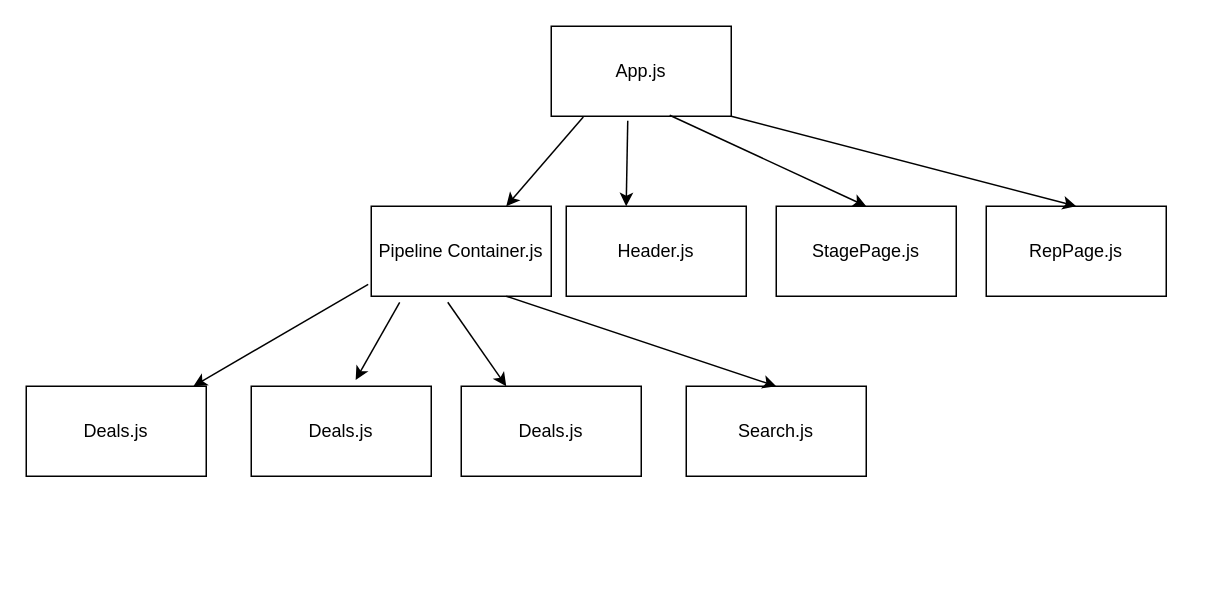
Earlier version of the draw.io diagram sales-forcasting/src/app.drawio (Alexisaacs18/salesForcasting). Source tidied: cells renumbered, new cells numbered last; positions are measured from the earlier drawing's top-left corner, leaving out a move shared by most shapes. Both pictures are drawn from the tidied source at 150%, with x=0, y=0 at pixel (26, 26).
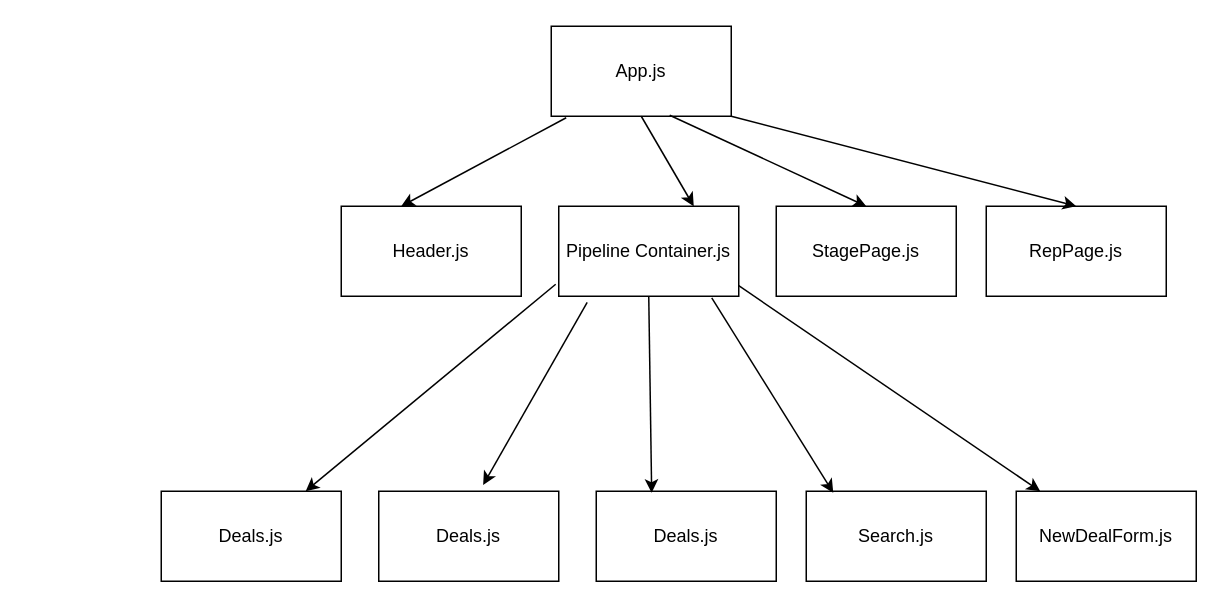
The same diagram, later.

The change refers to these unchanged cells:
```xml
<mxCell id="2" value="App.js" style="rounded=0;whiteSpace=wrap;html=1;" parent="1" vertex="1">
  <mxGeometry x="350" width="120" height="60" as="geometry" />
</mxCell>
```

Change to the diagram source:
```diff
@@
     <mxCell id="5" value="Search.js" style="rounded=0;whiteSpace=wrap;html=1;" parent="1" vertex="1">
-      <mxGeometry x="440" y="240" width="120" height="60" as="geometry" />
+      <mxGeometry x="520" y="310" width="120" height="60" as="geometry" />
     </mxCell>
     <mxCell id="6" value="Pipeline Container.js" style="rounded=0;whiteSpace=wrap;html=1;" parent="1" vertex="1">
-      <mxGeometry x="230" y="120" width="120" height="60" as="geometry" />
+      <mxGeometry x="355" y="120" width="120" height="60" as="geometry" />
     </mxCell>
     <mxCell id="7" value="Deals.js" style="rounded=0;whiteSpace=wrap;html=1;" parent="1" vertex="1">
-      <mxGeometry y="240" width="120" height="60" as="geometry" />
+      <mxGeometry x="90" y="310" width="120" height="60" as="geometry" />
     </mxCell>
     <mxCell id="8" value="Deals.js" style="rounded=0;whiteSpace=wrap;html=1;" parent="1" vertex="1">
-      <mxGeometry x="150" y="240" width="120" height="60" as="geometry" />
+      <mxGeometry x="235" y="310" width="120" height="60" as="geometry" />
     </mxCell>
     <mxCell id="9" value="Deals.js" style="rounded=0;whiteSpace=wrap;html=1;" parent="1" vertex="1">
-      <mxGeometry x="290" y="240" width="120" height="60" as="geometry" />
+      <mxGeometry x="380" y="310" width="120" height="60" as="geometry" />
     </mxCell>
@@
-    <mxCell id="12" style="endArrow=classic;html=1;entryX=0.25;entryY=0;entryDx=0;entryDy=0;exitX=0.425;exitY=1.067;exitDx=0;exitDy=0;exitPerimeter=0;" parent="1" edge="1" source="6" target="9">
+    <mxCell id="12" style="endArrow=classic;html=1;entryX=0.308;entryY=0.017;entryDx=0;entryDy=0;exitX=0.5;exitY=1;exitDx=0;exitDy=0;entryPerimeter=0;" parent="1" edge="1" source="6" target="9">
       <mxGeometry relative="1" as="geometry" />
     </mxCell>
@@
-    <mxCell id="15" style="endArrow=classic;html=1;exitX=0.75;exitY=1;exitDx=0;exitDy=0;entryX=0.5;entryY=0;entryDx=0;entryDy=0;" parent="1" edge="1" source="6" target="5">
+    <mxCell id="15" style="endArrow=classic;html=1;exitX=0.85;exitY=1.017;exitDx=0;exitDy=0;entryX=0.15;entryY=0.017;entryDx=0;entryDy=0;exitPerimeter=0;entryPerimeter=0;" parent="1" edge="1" source="6" target="5">
       <mxGeometry relative="1" as="geometry" />
     </mxCell>
-    <mxCell id="16" style="endArrow=classic;html=1;exitX=0.178;exitY=1.009;exitDx=0;exitDy=0;entryX=0.75;entryY=0;entryDx=0;entryDy=0;exitPerimeter=0;" parent="1" edge="1" source="2" target="6">
+    <mxCell id="16" style="endArrow=classic;html=1;exitX=0.5;exitY=1;exitDx=0;exitDy=0;entryX=0.75;entryY=0;entryDx=0;entryDy=0;" parent="1" edge="1" source="2" target="6">
       <mxGeometry relative="1" as="geometry" />
     </mxCell>
     <mxCell id="17" value="Header.js" style="rounded=0;whiteSpace=wrap;html=1;" parent="1" vertex="1">
-      <mxGeometry x="360" y="120" width="120" height="60" as="geometry" />
+      <mxGeometry x="210" y="120" width="120" height="60" as="geometry" />
     </mxCell>
-    <mxCell id="18" style="endArrow=classic;html=1;exitX=0.425;exitY=1.05;exitDx=0;exitDy=0;exitPerimeter=0;entryX=0.333;entryY=0;entryDx=0;entryDy=0;entryPerimeter=0;" parent="1" edge="1" source="2" target="17">
+    <mxCell id="18" style="endArrow=classic;html=1;exitX=0.083;exitY=1.017;exitDx=0;exitDy=0;exitPerimeter=0;entryX=0.333;entryY=0;entryDx=0;entryDy=0;entryPerimeter=0;" parent="1" edge="1" source="2" target="17">
       <mxGeometry relative="1" as="geometry" />
     </mxCell>
+    <mxCell id="19" value="NewDealForm.js" style="rounded=0;whiteSpace=wrap;html=1;" parent="1" vertex="1">
+      <mxGeometry x="660" y="310" width="120" height="60" as="geometry" />
+    </mxCell>
+    <mxCell id="20" style="endArrow=classic;html=1;exitX=1;exitY=0.883;exitDx=0;exitDy=0;exitPerimeter=0;" parent="1" edge="1" source="6" target="19">
+      <mxGeometry relative="1" as="geometry" />
+    </mxCell>
```
